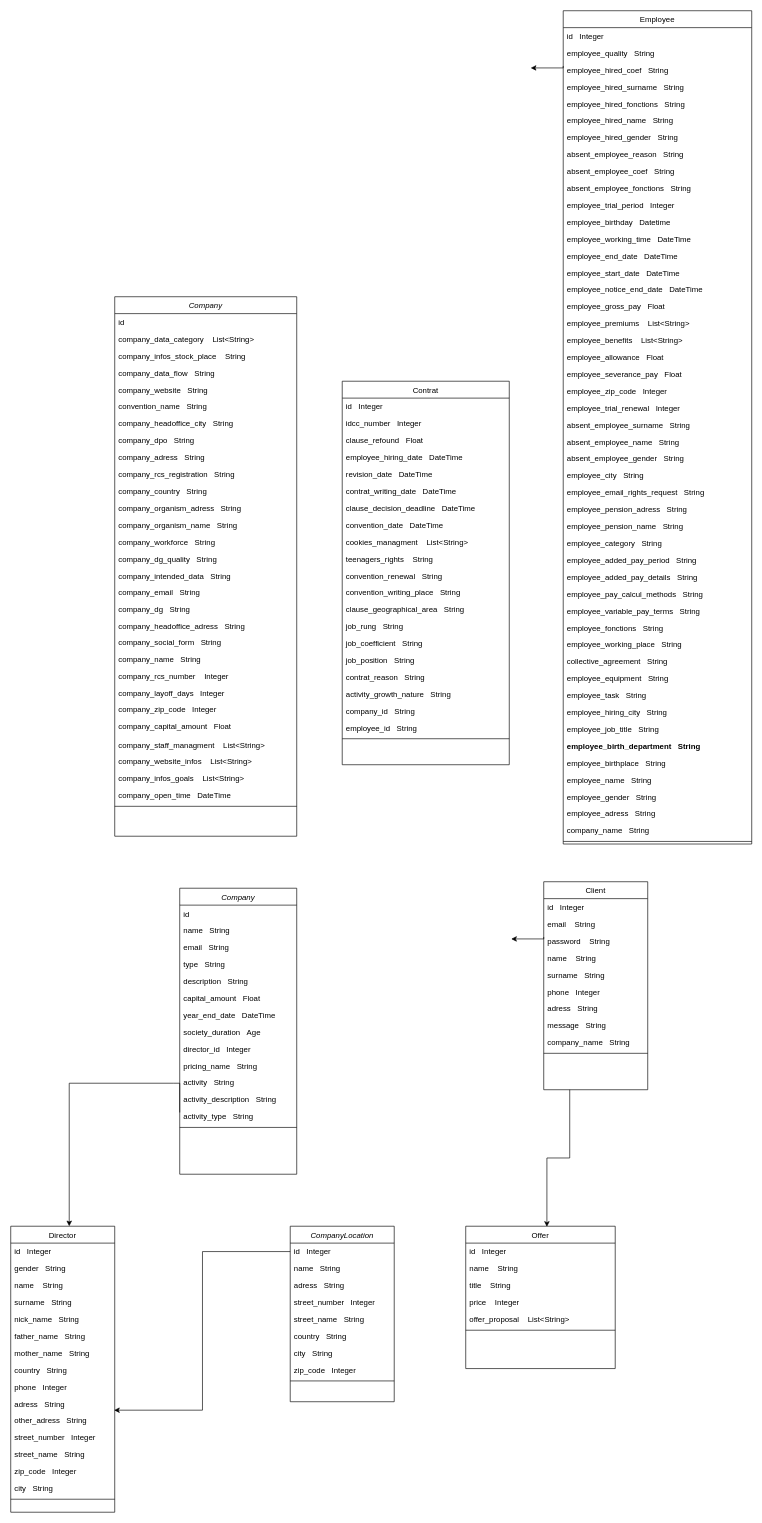
The draw.io diagram Diagramme sans nom.drawio in Mouanzath-IntegraCom/charts, before the edit. Source tidied: cells renumbered, new cells numbered last; positions are measured from the earlier drawing's top-left corner, leaving out a move shared by most shapes. Both pictures are drawn from the tidied source at 65%, with x=0, y=0 at pixel (10, 10).
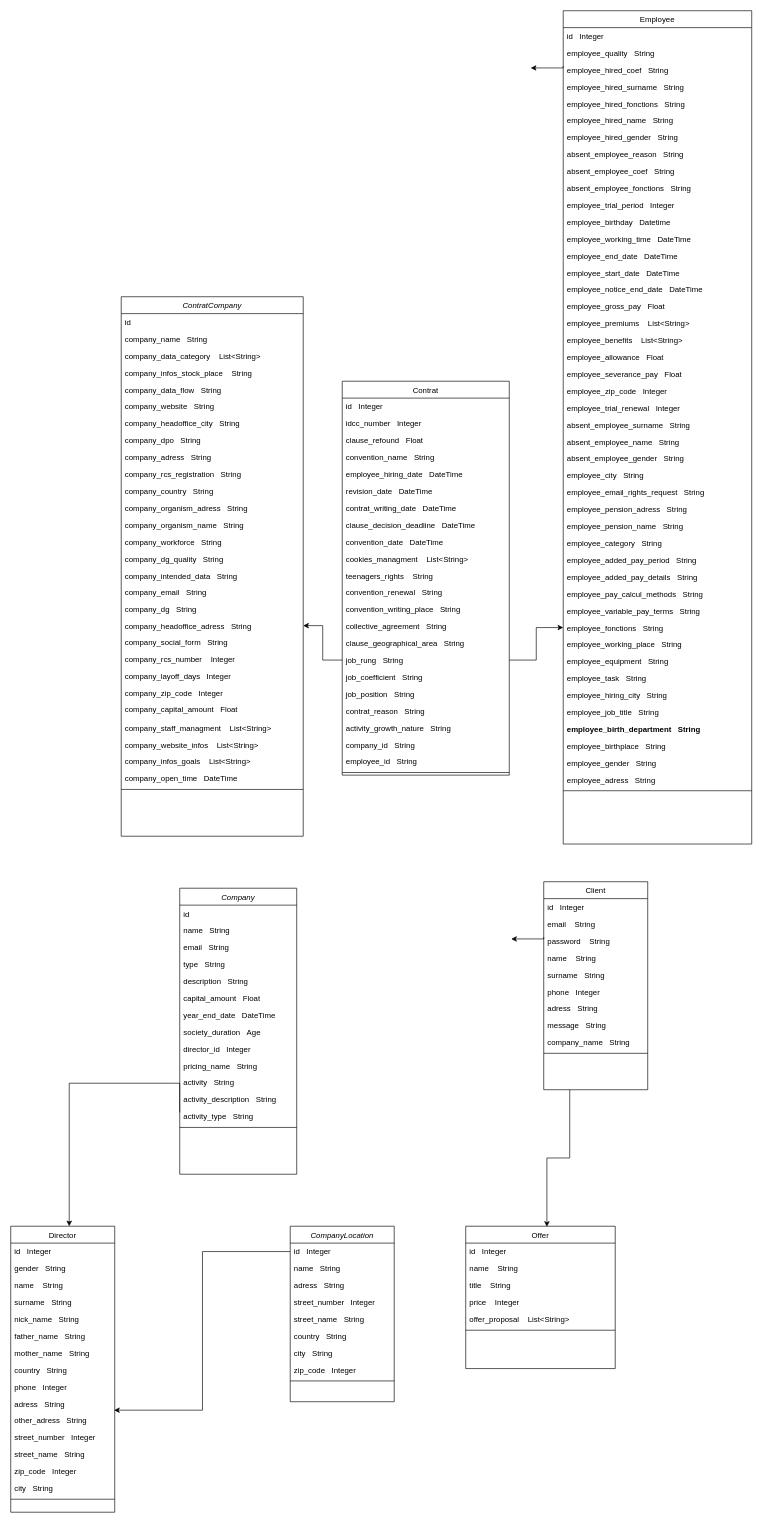
After the change.

Commit message (it also covers changes not shown here):
Mettre à jour Diagramme

The change refers to these unchanged cells:
```xml
<mxCell id="88" value="Employee" style="swimlane;fontStyle=0;align=center;verticalAlign=top;horizontal=1;startSize=26;rounded=0;shadow=0;strokeWidth=1;" parent="1" vertex="1">
  <mxGeometry x="850" width="290" height="1282" as="geometry" />
</mxCell>
<mxCell id="125" value="employee_fonctions   String" style="text;align=left;verticalAlign=top;spacingLeft=4;spacingRight=4;overflow=hidden;points=[[0,0.5],[1,0.5]];portConstraint=eastwest;rounded=0;shadow=0;html=0;" parent="88" vertex="1">
  <mxGeometry y="936" width="290" height="26" as="geometry" />
</mxCell>
<mxCell id="158" value="company_headoffice_adress   String" style="text;align=left;verticalAlign=top;spacingLeft=4;spacingRight=4;overflow=hidden;points=[[0,0.5],[1,0.5]];portConstraint=eastwest;rounded=0;shadow=0;html=0;" parent="139" vertex="1">
  <mxGeometry y="494" width="280" height="24" as="geometry" />
</mxCell>
```

The edit, as a diff of the source:
```diff
@@
     <mxCell id="65" value="Contrat" style="swimlane;fontStyle=0;align=center;verticalAlign=top;horizontal=1;startSize=26;rounded=0;shadow=0;strokeWidth=1;" parent="1" vertex="1">
-      <mxGeometry x="510" y="570" width="257" height="590" as="geometry" />
+      <mxGeometry x="510" y="570" width="257" height="606" as="geometry" />
     </mxCell>
@@
+    <mxCell id="145" value="convention_name   String" style="text;align=left;verticalAlign=top;spacingLeft=4;spacingRight=4;overflow=hidden;rounded=0;shadow=0;html=0;" parent="65" vertex="1">
+      <mxGeometry y="104" width="257" height="26" as="geometry" />
+    </mxCell>
     <mxCell id="69" value="employee_hiring_date   DateTime&#10;    &#10;" style="text;align=left;verticalAlign=top;spacingLeft=4;spacingRight=4;overflow=hidden;rounded=0;shadow=0;html=0;" parent="65" vertex="1">
-      <mxGeometry y="104" width="257" height="26" as="geometry" />
+      <mxGeometry y="130" width="257" height="26" as="geometry" />
     </mxCell>
     <mxCell id="70" value="revision_date   DateTime" style="text;align=left;verticalAlign=top;spacingLeft=4;spacingRight=4;overflow=hidden;rounded=0;shadow=0;html=0;" parent="65" vertex="1">
-      <mxGeometry y="130" width="257" height="26" as="geometry" />
+      <mxGeometry y="156" width="257" height="26" as="geometry" />
     </mxCell>
     <mxCell id="71" value="contrat_writing_date   DateTime" style="text;align=left;verticalAlign=top;spacingLeft=4;spacingRight=4;overflow=hidden;rounded=0;shadow=0;html=0;" parent="65" vertex="1">
-      <mxGeometry y="156" width="257" height="26" as="geometry" />
+      <mxGeometry y="182" width="257" height="26" as="geometry" />
     </mxCell>
     <mxCell id="72" value="clause_decision_deadline   DateTime" style="text;align=left;verticalAlign=top;spacingLeft=4;spacingRight=4;overflow=hidden;rounded=0;shadow=0;html=0;" parent="65" vertex="1">
-      <mxGeometry y="182" width="257" height="26" as="geometry" />
+      <mxGeometry y="208" width="257" height="26" as="geometry" />
     </mxCell>
     <mxCell id="73" value="convention_date   DateTime" style="text;align=left;verticalAlign=top;spacingLeft=4;spacingRight=4;overflow=hidden;rounded=0;shadow=0;html=0;" parent="65" vertex="1">
-      <mxGeometry y="208" width="257" height="26" as="geometry" />
+      <mxGeometry y="234" width="257" height="26" as="geometry" />
     </mxCell>
     <mxCell id="74" value="cookies_managment    List&lt;String&gt;" style="text;align=left;verticalAlign=top;spacingLeft=4;spacingRight=4;overflow=hidden;rounded=0;shadow=0;html=0;" parent="65" vertex="1">
-      <mxGeometry y="234" width="257" height="26" as="geometry" />
+      <mxGeometry y="260" width="257" height="26" as="geometry" />
     </mxCell>
     <mxCell id="75" value="teenagers_rights    String" style="text;align=left;verticalAlign=top;spacingLeft=4;spacingRight=4;overflow=hidden;rounded=0;shadow=0;html=0;" parent="65" vertex="1">
-      <mxGeometry y="260" width="257" height="26" as="geometry" />
+      <mxGeometry y="286" width="257" height="26" as="geometry" />
     </mxCell>
     <mxCell id="76" value="convention_renewal   String" style="text;align=left;verticalAlign=top;spacingLeft=4;spacingRight=4;overflow=hidden;rounded=0;shadow=0;html=0;" parent="65" vertex="1">
-      <mxGeometry y="286" width="257" height="26" as="geometry" />
+      <mxGeometry y="312" width="257" height="26" as="geometry" />
     </mxCell>
     <mxCell id="77" value="convention_writing_place   String" style="text;align=left;verticalAlign=top;spacingLeft=4;spacingRight=4;overflow=hidden;rounded=0;shadow=0;html=0;" parent="65" vertex="1">
-      <mxGeometry y="312" width="257" height="26" as="geometry" />
+      <mxGeometry y="338" width="257" height="26" as="geometry" />
     </mxCell>
+    <mxCell id="127" value="collective_agreement   String" style="text;align=left;verticalAlign=top;spacingLeft=4;spacingRight=4;overflow=hidden;rounded=0;shadow=0;html=0;" parent="65" vertex="1">
+      <mxGeometry y="364" width="257" height="26" as="geometry" />
+    </mxCell>
     <mxCell id="78" value="clause_geographical_area   String" style="text;align=left;verticalAlign=top;spacingLeft=4;spacingRight=4;overflow=hidden;rounded=0;shadow=0;html=0;" parent="65" vertex="1">
-      <mxGeometry y="338" width="257" height="26" as="geometry" />
+      <mxGeometry y="390" width="257" height="26" as="geometry" />
     </mxCell>
     <mxCell id="79" value="job_rung   String" style="text;align=left;verticalAlign=top;spacingLeft=4;spacingRight=4;overflow=hidden;points=[[0,0.5],[1,0.5]];portConstraint=eastwest;rounded=0;shadow=0;html=0;" parent="65" vertex="1">
-      <mxGeometry y="364" width="257" height="26" as="geometry" />
+      <mxGeometry y="416" width="257" height="26" as="geometry" />
     </mxCell>
     <mxCell id="80" value="job_coefficient   String" style="text;align=left;verticalAlign=top;spacingLeft=4;spacingRight=4;overflow=hidden;rounded=0;shadow=0;html=0;" parent="65" vertex="1">
-      <mxGeometry y="390" width="257" height="26" as="geometry" />
+      <mxGeometry y="442" width="257" height="26" as="geometry" />
     </mxCell>
     <mxCell id="81" value="job_position   String" style="text;align=left;verticalAlign=top;spacingLeft=4;spacingRight=4;overflow=hidden;rounded=0;shadow=0;html=0;" parent="65" vertex="1">
-      <mxGeometry y="416" width="257" height="26" as="geometry" />
+      <mxGeometry y="468" width="257" height="26" as="geometry" />
     </mxCell>
     <mxCell id="82" value="contrat_reason   String" style="text;align=left;verticalAlign=top;spacingLeft=4;spacingRight=4;overflow=hidden;rounded=0;shadow=0;html=0;" parent="65" vertex="1">
-      <mxGeometry y="442" width="257" height="26" as="geometry" />
+      <mxGeometry y="494" width="257" height="26" as="geometry" />
     </mxCell>
     <mxCell id="83" value="activity_growth_nature   String" style="text;align=left;verticalAlign=top;spacingLeft=4;spacingRight=4;overflow=hidden;rounded=0;shadow=0;html=0;" parent="65" vertex="1">
-      <mxGeometry y="468" width="257" height="26" as="geometry" />
+      <mxGeometry y="520" width="257" height="26" as="geometry" />
     </mxCell>
     <mxCell id="84" value="company_id   String" style="text;align=left;verticalAlign=top;spacingLeft=4;spacingRight=4;overflow=hidden;rounded=0;shadow=0;html=0;" parent="65" vertex="1">
-      <mxGeometry y="494" width="257" height="26" as="geometry" />
+      <mxGeometry y="546" width="257" height="26" as="geometry" />
     </mxCell>
     <mxCell id="85" value="employee_id   String" style="text;align=left;verticalAlign=top;spacingLeft=4;spacingRight=4;overflow=hidden;rounded=0;shadow=0;html=0;" parent="65" vertex="1">
-      <mxGeometry y="520" width="257" height="26" as="geometry" />
+      <mxGeometry y="572" width="257" height="26" as="geometry" />
     </mxCell>
     <mxCell id="86" style="line;html=1;strokeWidth=1;align=left;verticalAlign=middle;spacingTop=-1;spacingLeft=3;spacingRight=3;labelPosition=right;" parent="65" vertex="1">
-      <mxGeometry y="546" width="257" height="8" as="geometry" />
+      <mxGeometry y="598" width="257" height="8" as="geometry" />
     </mxCell>
@@
-    <mxCell id="127" value="collective_agreement   String" style="text;align=left;verticalAlign=top;spacingLeft=4;spacingRight=4;overflow=hidden;rounded=0;shadow=0;html=0;" parent="88" vertex="1">
-      <mxGeometry y="988" width="290" height="26" as="geometry" />
-    </mxCell>
     <mxCell id="128" value="employee_equipment   String" style="text;align=left;verticalAlign=top;spacingLeft=4;spacingRight=4;overflow=hidden;rounded=0;shadow=0;html=0;" parent="88" vertex="1">
-      <mxGeometry y="1014" width="290" height="26" as="geometry" />
+      <mxGeometry y="988" width="290" height="26" as="geometry" />
     </mxCell>
     <mxCell id="129" value="employee_task   String" style="text;align=left;verticalAlign=top;spacingLeft=4;spacingRight=4;overflow=hidden;rounded=0;shadow=0;html=0;" parent="88" vertex="1">
-      <mxGeometry y="1040" width="290" height="26" as="geometry" />
+      <mxGeometry y="1014" width="290" height="26" as="geometry" />
     </mxCell>
     <mxCell id="130" value="employee_hiring_city   String" style="text;align=left;verticalAlign=top;spacingLeft=4;spacingRight=4;overflow=hidden;rounded=0;shadow=0;html=0;" parent="88" vertex="1">
-      <mxGeometry y="1066" width="290" height="26" as="geometry" />
+      <mxGeometry y="1040" width="290" height="26" as="geometry" />
     </mxCell>
     <mxCell id="131" value="employee_job_title   String" style="text;align=left;verticalAlign=top;spacingLeft=4;spacingRight=4;overflow=hidden;rounded=0;shadow=0;html=0;" parent="88" vertex="1">
-      <mxGeometry y="1092" width="290" height="26" as="geometry" />
+      <mxGeometry y="1066" width="290" height="26" as="geometry" />
     </mxCell>
     <mxCell id="132" value="employee_birth_department   String" style="text;align=left;verticalAlign=top;spacingLeft=4;spacingRight=4;overflow=hidden;rounded=0;shadow=0;html=0;fontStyle=1;" parent="88" vertex="1">
-      <mxGeometry y="1118" width="290" height="26" as="geometry" />
+      <mxGeometry y="1092" width="290" height="26" as="geometry" />
     </mxCell>
     <mxCell id="133" value="employee_birthplace   String" style="text;align=left;verticalAlign=top;spacingLeft=4;spacingRight=4;overflow=hidden;rounded=0;shadow=0;html=0;" parent="88" vertex="1">
-      <mxGeometry y="1144" width="290" height="26" as="geometry" />
+      <mxGeometry y="1118" width="290" height="26" as="geometry" />
     </mxCell>
-    <mxCell id="134" value="employee_name   String&#10;" style="text;align=left;verticalAlign=top;spacingLeft=4;spacingRight=4;overflow=hidden;rounded=0;shadow=0;html=0;" parent="88" vertex="1">
-      <mxGeometry y="1170" width="290" height="26" as="geometry" />
-    </mxCell>
     <mxCell id="135" value="employee_gender   String&#10;   &#10;" style="text;align=left;verticalAlign=top;spacingLeft=4;spacingRight=4;overflow=hidden;rounded=0;shadow=0;html=0;" parent="88" vertex="1">
-      <mxGeometry y="1196" width="290" height="26" as="geometry" />
+      <mxGeometry y="1144" width="290" height="26" as="geometry" />
     </mxCell>
     <mxCell id="136" value="employee_adress   String" style="text;align=left;verticalAlign=top;spacingLeft=4;spacingRight=4;overflow=hidden;rounded=0;shadow=0;html=0;" parent="88" vertex="1">
-      <mxGeometry y="1222" width="290" height="26" as="geometry" />
+      <mxGeometry y="1170" width="290" height="26" as="geometry" />
     </mxCell>
-    <mxCell id="137" value="company_name   String" style="text;align=left;verticalAlign=top;spacingLeft=4;spacingRight=4;overflow=hidden;rounded=0;shadow=0;html=0;" parent="88" vertex="1">
-      <mxGeometry y="1248" width="290" height="26" as="geometry" />
-    </mxCell>
     <mxCell id="138" style="line;html=1;strokeWidth=1;align=left;verticalAlign=middle;spacingTop=-1;spacingLeft=3;spacingRight=3;labelPosition=right;" parent="88" vertex="1">
-      <mxGeometry y="1274" width="290" height="8" as="geometry" />
+      <mxGeometry y="1196" width="290" height="8" as="geometry" />
     </mxCell>
-    <mxCell id="139" value="Company" style="swimlane;fontStyle=2;align=center;verticalAlign=top;horizontal=1;startSize=26;rounded=0;shadow=0;strokeWidth=1;" parent="1" vertex="1">
-      <mxGeometry x="160" y="440" width="280" height="830" as="geometry" />
+    <mxCell id="139" value="ContratCompany" style="swimlane;fontStyle=2;align=center;verticalAlign=top;horizontal=1;startSize=26;rounded=0;shadow=0;strokeWidth=1;" parent="1" vertex="1">
+      <mxGeometry x="170" y="440" width="280" height="830" as="geometry" />
     </mxCell>
@@
+    <mxCell id="137" value="company_name   String" style="text;align=left;verticalAlign=top;spacingLeft=4;spacingRight=4;overflow=hidden;rounded=0;shadow=0;html=0;" parent="139" vertex="1">
+      <mxGeometry y="52" width="280" height="26" as="geometry" />
+    </mxCell>
     <mxCell id="141" value="company_data_category    List&lt;String&gt;" style="text;align=left;verticalAlign=top;spacingLeft=4;spacingRight=4;overflow=hidden;rounded=0;shadow=0;html=0;" parent="139" vertex="1">
-      <mxGeometry y="52" width="280" height="26" as="geometry" />
+      <mxGeometry y="78" width="280" height="26" as="geometry" />
     </mxCell>
     <mxCell id="142" value="company_infos_stock_place    String" style="text;align=left;verticalAlign=top;spacingLeft=4;spacingRight=4;overflow=hidden;rounded=0;shadow=0;html=0;" parent="139" vertex="1">
-      <mxGeometry y="78" width="280" height="26" as="geometry" />
+      <mxGeometry y="104" width="280" height="26" as="geometry" />
     </mxCell>
     <mxCell id="143" value="company_data_flow   String" style="text;align=left;verticalAlign=top;spacingLeft=4;spacingRight=4;overflow=hidden;rounded=0;shadow=0;html=0;" parent="139" vertex="1">
-      <mxGeometry y="104" width="280" height="26" as="geometry" />
+      <mxGeometry y="130" width="280" height="26" as="geometry" />
     </mxCell>
     <mxCell id="144" value="company_website   String" style="text;align=left;verticalAlign=top;spacingLeft=4;spacingRight=4;overflow=hidden;rounded=0;shadow=0;html=0;" parent="139" vertex="1">
-      <mxGeometry y="130" width="280" height="26" as="geometry" />
+      <mxGeometry y="156" width="280" height="26" as="geometry" />
     </mxCell>
-    <mxCell id="145" value="convention_name   String" style="text;align=left;verticalAlign=top;spacingLeft=4;spacingRight=4;overflow=hidden;rounded=0;shadow=0;html=0;" parent="139" vertex="1">
-      <mxGeometry y="156" width="280" height="26" as="geometry" />
-    </mxCell>
@@
-    <mxCell id="160" value="company_name   String" style="text;align=left;verticalAlign=top;spacingLeft=4;spacingRight=4;overflow=hidden;rounded=0;shadow=0;html=0;" parent="139" vertex="1">
-      <mxGeometry y="544" width="280" height="26" as="geometry" />
-    </mxCell>
     <mxCell id="161" value="company_rcs_number    Integer" style="text;align=left;verticalAlign=top;spacingLeft=4;spacingRight=4;overflow=hidden;rounded=0;shadow=0;html=0;" parent="139" vertex="1">
-      <mxGeometry y="570" width="280" height="26" as="geometry" />
+      <mxGeometry y="544" width="280" height="26" as="geometry" />
     </mxCell>
     <mxCell id="162" value="company_layoff_days   Integer" style="text;align=left;verticalAlign=top;spacingLeft=4;spacingRight=4;overflow=hidden;rounded=0;shadow=0;html=0;" parent="139" vertex="1">
-      <mxGeometry y="596" width="280" height="26" as="geometry" />
+      <mxGeometry y="570" width="280" height="26" as="geometry" />
     </mxCell>
     <mxCell id="163" value="company_zip_code   Integer" style="text;align=left;verticalAlign=top;spacingLeft=4;spacingRight=4;overflow=hidden;rounded=0;shadow=0;html=0;" parent="139" vertex="1">
-      <mxGeometry y="622" width="280" height="26" as="geometry" />
+      <mxGeometry y="596" width="280" height="26" as="geometry" />
     </mxCell>
     <mxCell id="164" value="company_capital_amount   Float" style="text;align=left;verticalAlign=top;spacingLeft=4;spacingRight=4;overflow=hidden;rounded=0;shadow=0;html=0;" parent="139" vertex="1">
-      <mxGeometry y="648" width="280" height="28" as="geometry" />
+      <mxGeometry y="622" width="280" height="28" as="geometry" />
     </mxCell>
     <mxCell id="165" value="company_staff_managment    List&lt;String&gt;" style="text;align=left;verticalAlign=top;spacingLeft=4;spacingRight=4;overflow=hidden;rounded=0;shadow=0;html=0;" parent="139" vertex="1">
-      <mxGeometry y="676" width="280" height="26" as="geometry" />
+      <mxGeometry y="650" width="280" height="26" as="geometry" />
     </mxCell>
     <mxCell id="166" value="company_website_infos    List&lt;String&gt;" style="text;align=left;verticalAlign=top;spacingLeft=4;spacingRight=4;overflow=hidden;rounded=0;shadow=0;html=0;" parent="139" vertex="1">
-      <mxGeometry y="702" width="280" height="26" as="geometry" />
+      <mxGeometry y="676" width="280" height="26" as="geometry" />
     </mxCell>
     <mxCell id="167" value="company_infos_goals    List&lt;String&gt;" style="text;align=left;verticalAlign=top;spacingLeft=4;spacingRight=4;overflow=hidden;rounded=0;shadow=0;html=0;" parent="139" vertex="1">
-      <mxGeometry y="728" width="280" height="26" as="geometry" />
+      <mxGeometry y="702" width="280" height="26" as="geometry" />
     </mxCell>
     <mxCell id="168" value="company_open_time   DateTime" style="text;align=left;verticalAlign=top;spacingLeft=4;spacingRight=4;overflow=hidden;rounded=0;shadow=0;html=0;" parent="139" vertex="1">
-      <mxGeometry y="754" width="280" height="26" as="geometry" />
+      <mxGeometry y="728" width="280" height="26" as="geometry" />
     </mxCell>
     <mxCell id="169" style="line;html=1;strokeWidth=1;align=left;verticalAlign=middle;spacingTop=-1;spacingLeft=3;spacingRight=3;labelPosition=right;" parent="139" vertex="1">
-      <mxGeometry y="780" width="280" height="8" as="geometry" />
+      <mxGeometry y="754" width="280" height="8" as="geometry" />
     </mxCell>
+    <mxCell id="170" style="edgeStyle=orthogonalEdgeStyle;rounded=0;jettySize=auto;html=1;exitX=0;exitY=0.5;exitDx=0;exitDy=0;entryX=1;entryY=0.5;entryDx=0;entryDy=0;" parent="1" edge="1" source="79" target="158">
+      <mxGeometry relative="1" as="geometry" />
+    </mxCell>
+    <mxCell id="171" style="edgeStyle=orthogonalEdgeStyle;rounded=0;jettySize=auto;html=1;exitX=1;exitY=0.5;exitDx=0;exitDy=0;" parent="1" edge="1" source="79" target="125">
+      <mxGeometry relative="1" as="geometry" />
+    </mxCell>
```
